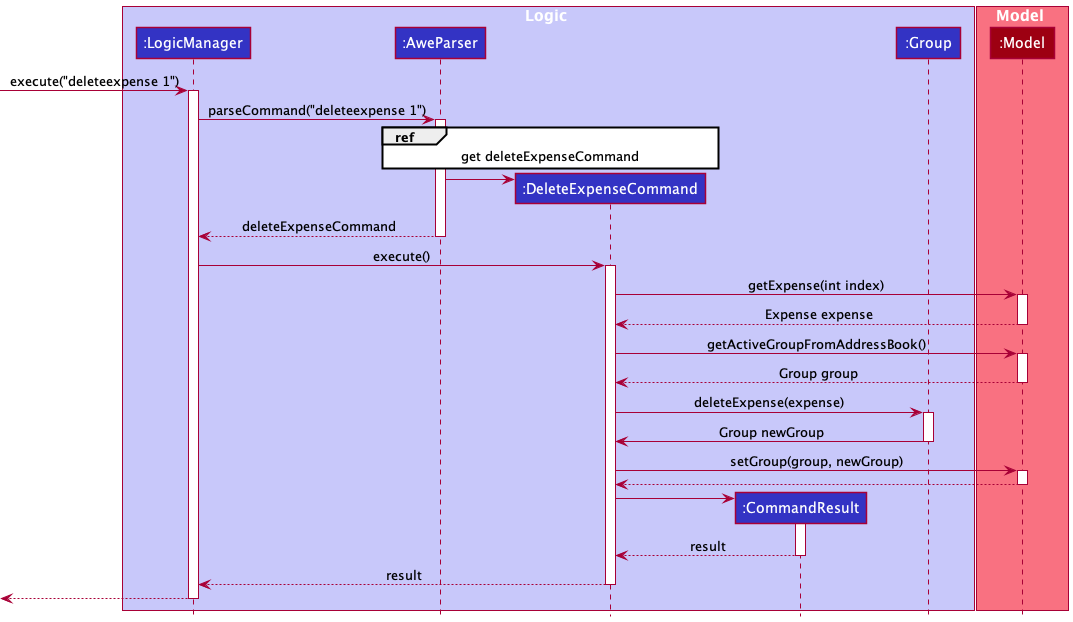
ramapriyan912001/tp keeps this PlantUML diagram as docs/images/DeleteExpenseSequenceDiagram.png. Above is the earlier version.
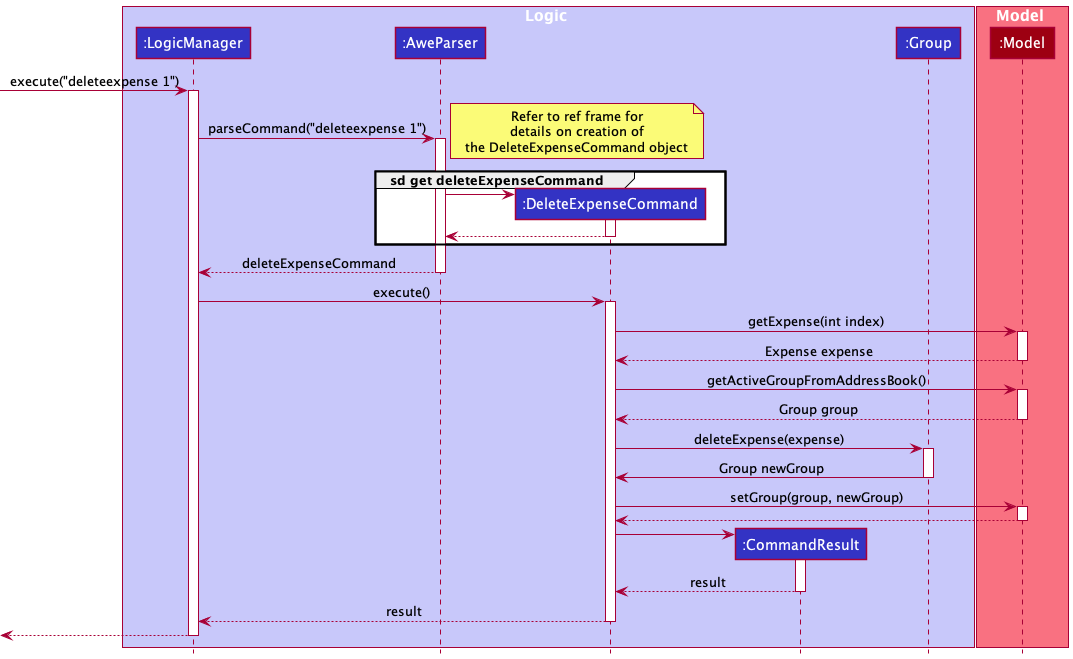
After the change.

Commit message:
Edit sequence diagrams

Change to the diagram source:
```diff
@@ -19,10 +19,18 @@
 LogicManager -> AweParser : parseCommand("deleteexpense 1")
 activate AweParser
 
-ref over AweParser, DeleteExpenseCommand:get deleteExpenseCommand
+note right
+Refer to ref frame for
+details on creation of
+the DeleteExpenseCommand object
+end note
+group sd get deleteExpenseCommand
 create DeleteExpenseCommand
 AweParser -> DeleteExpenseCommand
-
+activate DeleteExpenseCommand
+DeleteExpenseCommand --> AweParser
+deactivate DeleteExpenseCommand
+end group
 
 AweParser --> LogicManager : deleteExpenseCommand
 deactivate AweParser
```
